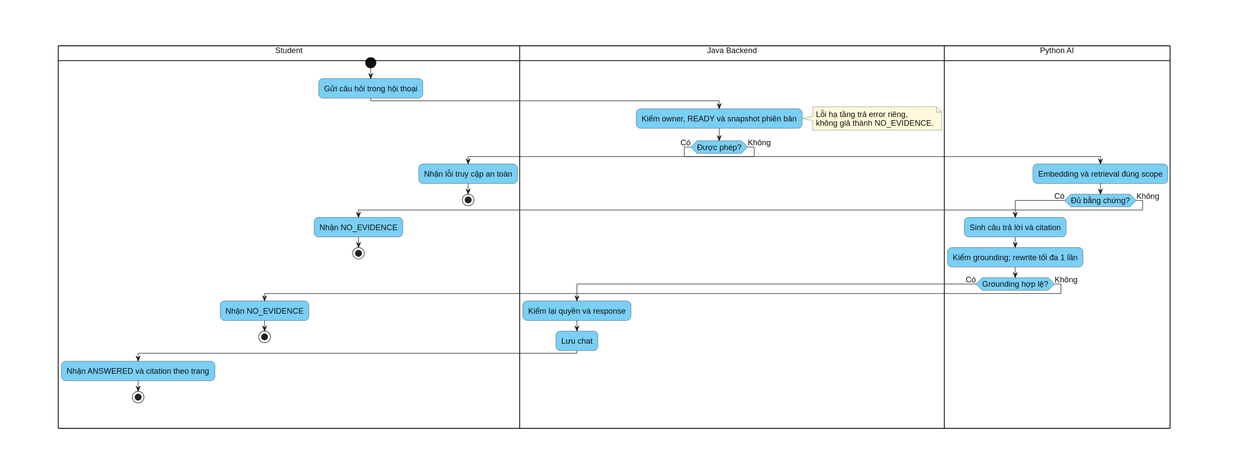
The PlantUML diagram docs/diagrams/chuong-3/activity-07-personal-rag.svg in bch7504/DATN, before a commit. The source it was exported from:
```plantuml
@startuml
skinparam shadowing false
skinparam linetype ortho
skinparam backgroundColor white
skinparam defaultFontName Arial
skinparam defaultFontSize 15
skinparam defaultFontColor #111111
skinparam ArrowColor #222222
skinparam ActivityBackgroundColor #7ACFF5
skinparam ActivityBorderColor #222222
skinparam ActivityDiamondBackgroundColor #7ACFF5
skinparam ActivityDiamondBorderColor #222222
skinparam ActivityStartColor #111111
skinparam ActivityEndColor #111111
skinparam PartitionBackgroundColor white
skinparam PartitionBorderColor #222222
skinparam NoteBackgroundColor #FFF9D9
skinparam NoteBorderColor #555555
skinparam roundcorner 16
|Student|
start
:Gửi câu hỏi trong hội thoại;
|Java Backend|
:Kiểm owner, READY và snapshot phiên bản;
note right
Lỗi hạ tầng trả error riêng,
không giả thành NO_EVIDENCE.
end note
if (Được phép?) then (Có)
  |Python AI|
  :Embedding và retrieval đúng scope;
  if (Đủ bằng chứng?) then (Có)
    :Sinh câu trả lời và citation;
    :Kiểm grounding; rewrite tối đa 1 lần;
    if (Grounding hợp lệ?) then (Có)
      |Java Backend|
      :Kiểm lại quyền và response;
      :Lưu chat;
      |Student|
      :Nhận ANSWERED và citation theo trang;
      stop
    else (Không)
      |Student|
      :Nhận NO_EVIDENCE;
      stop
    endif
  else (Không)
    |Student|
    :Nhận NO_EVIDENCE;
    stop
  endif
else (Không)
  |Student|
  :Nhận lỗi truy cập an toàn;
  stop
endif
@enduml
```
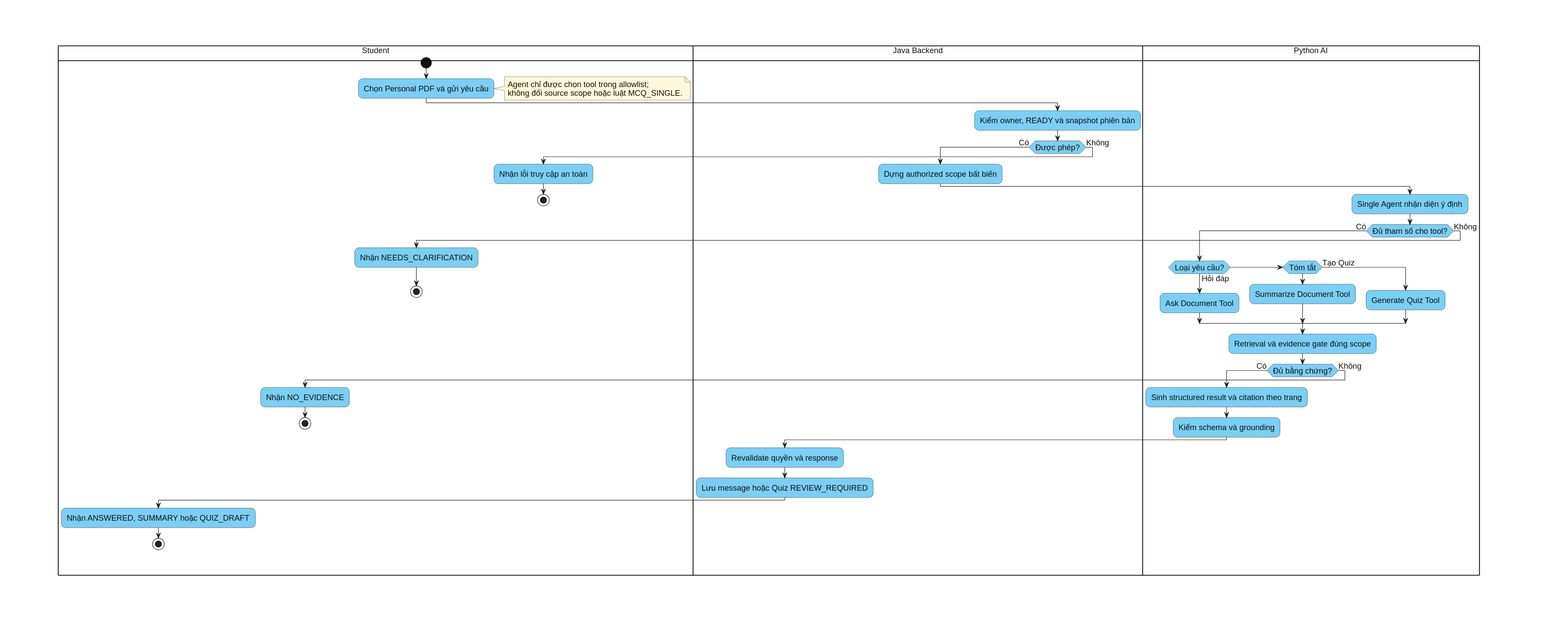
Above is the later version.

Change to the diagram source:
```diff
@@ -17,27 +17,37 @@
 skinparam NoteBackgroundColor #FFF9D9
 skinparam NoteBorderColor #555555
 skinparam roundcorner 16
+
 |Student|
 start
-:Gửi câu hỏi trong hội thoại;
+:Chọn Personal PDF và gửi yêu cầu;
+note right
+Agent chỉ được chọn tool trong allowlist;
+không đổi source scope hoặc luật MCQ_SINGLE.
+end note
 |Java Backend|
 :Kiểm owner, READY và snapshot phiên bản;
-note right
-Lỗi hạ tầng trả error riêng,
-không giả thành NO_EVIDENCE.
-end note
 if (Được phép?) then (Có)
+  :Dựng authorized scope bất biến;
   |Python AI|
-  :Embedding và retrieval đúng scope;
-  if (Đủ bằng chứng?) then (Có)
-    :Sinh câu trả lời và citation;
-    :Kiểm grounding; rewrite tối đa 1 lần;
-    if (Grounding hợp lệ?) then (Có)
+  :Single Agent nhận diện ý định;
+  if (Đủ tham số cho tool?) then (Có)
+    if (Loại yêu cầu?) then (Hỏi đáp)
+      :Ask Document Tool;
+    elseif (Tóm tắt)
+      :Summarize Document Tool;
+    else (Tạo Quiz)
+      :Generate Quiz Tool;
+    endif
+    :Retrieval và evidence gate đúng scope;
+    if (Đủ bằng chứng?) then (Có)
+      :Sinh structured result và citation theo trang;
+      :Kiểm schema và grounding;
       |Java Backend|
-      :Kiểm lại quyền và response;
-      :Lưu chat;
+      :Revalidate quyền và response;
+      :Lưu message hoặc Quiz REVIEW_REQUIRED;
       |Student|
-      :Nhận ANSWERED và citation theo trang;
+      :Nhận ANSWERED, SUMMARY hoặc QUIZ_DRAFT;
       stop
     else (Không)
       |Student|
@@ -46,7 +56,7 @@
     endif
   else (Không)
     |Student|
-    :Nhận NO_EVIDENCE;
+    :Nhận NEEDS_CLARIFICATION;
     stop
   endif
 else (Không)
```
